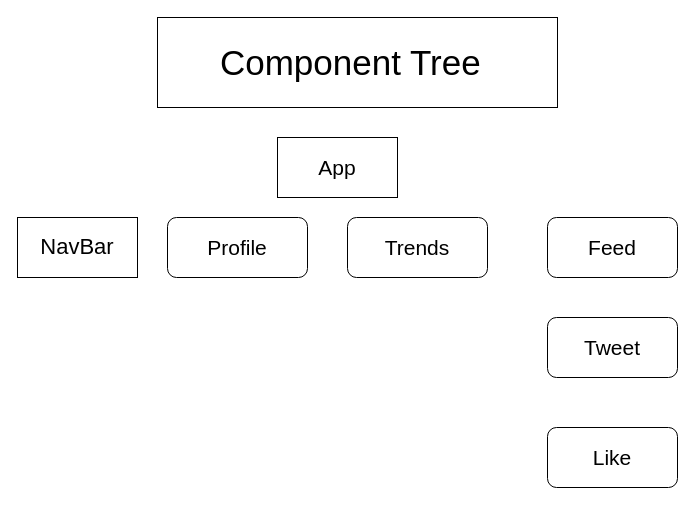
This is Untitled Diagram.drawio from AlexWaller1/Hybrids-React-Frontend, a draw.io file, before an edit. Source tidied: cells renumbered, new cells numbered last; positions are measured from the earlier drawing's top-left corner, leaving out a move shared by most shapes. Both pictures are drawn from the tidied source at 100%, with x=0, y=0 at pixel (17, 17).
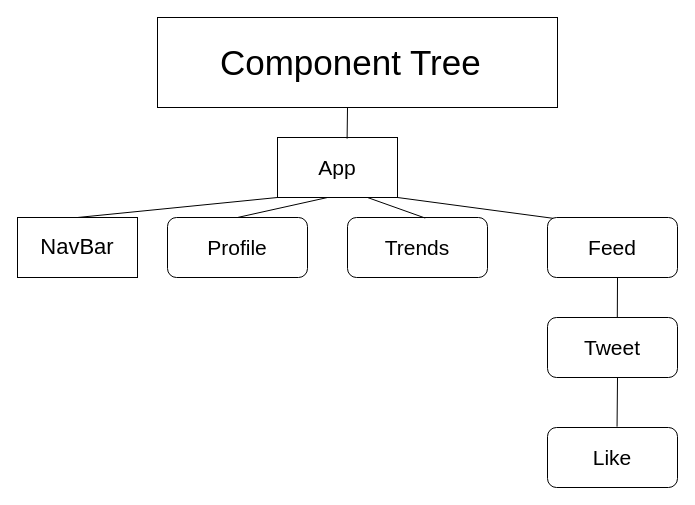
The same page after the edit.

Unchanged cells that the change refers to:
```xml
<mxCell id="5" value="&lt;font style=&quot;font-size: 21px&quot;&gt;App&lt;/font&gt;" style="text;html=1;strokeColor=none;fillColor=none;align=center;verticalAlign=middle;whiteSpace=wrap;rounded=0;" parent="1" vertex="1">
  <mxGeometry x="260" y="120" width="120" height="60" as="geometry" />
</mxCell>
<mxCell id="7" value="&lt;font style=&quot;font-size: 22px&quot;&gt;NavBar&lt;/font&gt;" style="text;html=1;strokeColor=none;fillColor=none;align=center;verticalAlign=middle;whiteSpace=wrap;rounded=0;" parent="1" vertex="1">
  <mxGeometry y="200" width="120" height="60" as="geometry" />
</mxCell>
<mxCell id="9" value="&lt;font style=&quot;font-size: 21px&quot;&gt;Profile&lt;/font&gt;" style="text;html=1;strokeColor=none;fillColor=none;align=center;verticalAlign=middle;whiteSpace=wrap;rounded=0;" parent="1" vertex="1">
  <mxGeometry x="150" y="200" width="140" height="60" as="geometry" />
</mxCell>
<mxCell id="11" value="&lt;font style=&quot;font-size: 21px&quot;&gt;Trends&lt;/font&gt;" style="text;html=1;strokeColor=none;fillColor=none;align=center;verticalAlign=middle;whiteSpace=wrap;rounded=0;" parent="1" vertex="1">
  <mxGeometry x="330" y="200" width="140" height="60" as="geometry" />
</mxCell>
<mxCell id="13" value="Feed" style="text;html=1;strokeColor=none;fillColor=none;align=center;verticalAlign=middle;whiteSpace=wrap;rounded=0;fontSize=21;" parent="1" vertex="1">
  <mxGeometry x="530" y="200" width="130" height="60" as="geometry" />
</mxCell>
<mxCell id="15" value="Tweet" style="text;html=1;strokeColor=none;fillColor=none;align=center;verticalAlign=middle;whiteSpace=wrap;rounded=0;fontSize=21;" parent="1" vertex="1">
  <mxGeometry x="530" y="300" width="130" height="60" as="geometry" />
</mxCell>
<mxCell id="17" value="Like" style="text;html=1;strokeColor=none;fillColor=none;align=center;verticalAlign=middle;whiteSpace=wrap;rounded=0;fontSize=21;" parent="1" vertex="1">
  <mxGeometry x="530" y="410" width="130" height="60" as="geometry" />
</mxCell>
```

The edit, as a diff of the source:
```diff
@@
+    <mxCell id="18" style="endArrow=none;html=1;fontSize=21;exitX=0.58;exitY=0.019;exitDx=0;exitDy=0;exitPerimeter=0;" parent="1" edge="1" source="5">
+      <mxGeometry relative="1" as="geometry">
+        <mxPoint x="330" y="90" as="targetPoint" />
+      </mxGeometry>
+    </mxCell>
+    <mxCell id="19" style="endArrow=none;html=1;fontSize=21;exitX=0.5;exitY=0;exitDx=0;exitDy=0;" parent="1" edge="1" source="7">
+      <mxGeometry relative="1" as="geometry">
+        <mxPoint x="260" y="180" as="targetPoint" />
+      </mxGeometry>
+    </mxCell>
+    <mxCell id="20" style="endArrow=none;html=1;fontSize=21;exitX=0.5;exitY=0;exitDx=0;exitDy=0;" parent="1" edge="1" source="9">
+      <mxGeometry relative="1" as="geometry">
+        <mxPoint x="310" y="180" as="targetPoint" />
+      </mxGeometry>
+    </mxCell>
+    <mxCell id="21" style="endArrow=none;html=1;fontSize=21;exitX=0.555;exitY=0.009;exitDx=0;exitDy=0;exitPerimeter=0;" parent="1" edge="1" source="11">
+      <mxGeometry relative="1" as="geometry">
+        <mxPoint x="350" y="180" as="targetPoint" />
+      </mxGeometry>
+    </mxCell>
+    <mxCell id="22" style="endArrow=none;html=1;fontSize=21;exitX=0.044;exitY=0.014;exitDx=0;exitDy=0;exitPerimeter=0;" parent="1" edge="1" source="13">
+      <mxGeometry relative="1" as="geometry">
+        <mxPoint x="380" y="180" as="targetPoint" />
+      </mxGeometry>
+    </mxCell>
+    <mxCell id="23" style="endArrow=none;html=1;fontSize=21;exitX=0.537;exitY=-0.005;exitDx=0;exitDy=0;exitPerimeter=0;" parent="1" edge="1" source="15">
+      <mxGeometry relative="1" as="geometry">
+        <mxPoint x="600" y="260" as="targetPoint" />
+      </mxGeometry>
+    </mxCell>
+    <mxCell id="24" style="endArrow=none;html=1;fontSize=21;exitX=0.535;exitY=-0.014;exitDx=0;exitDy=0;exitPerimeter=0;" parent="1" edge="1" source="17">
+      <mxGeometry relative="1" as="geometry">
+        <mxPoint x="600" y="360" as="targetPoint" />
+      </mxGeometry>
+    </mxCell>
```
